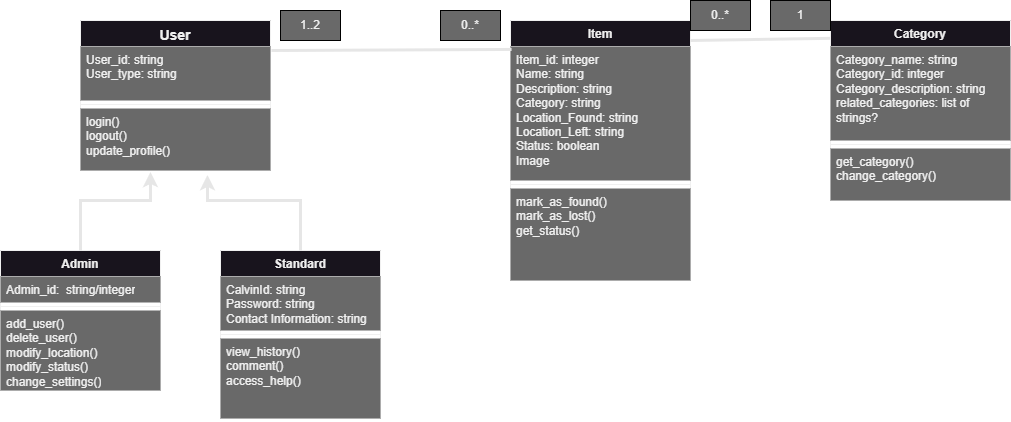
Earlier version of the draw.io export images/DomainModel.png (calvin-cs262-fall2023-teamA/project). Source tidied: cells renumbered, new cells last; positions are measured from the earlier drawing's top-left corner, leaving out a move shared by most shapes.
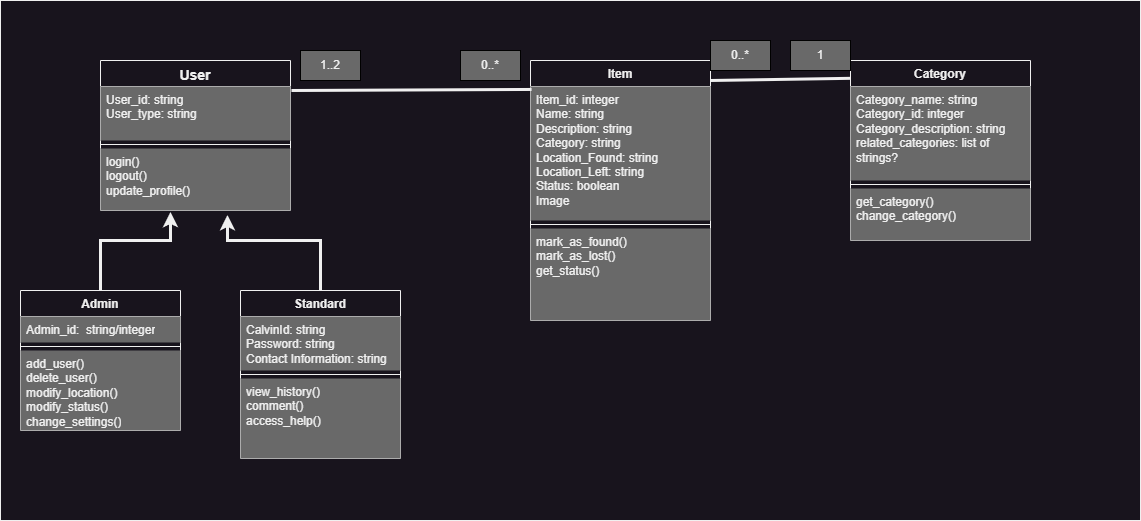
Later version of the same file.

Commit message:
domain model updates v3

The edit, as a diff of the source:
```diff
@@ -2,6 +2,9 @@
   <root>
     <mxCell id="0" />
     <mxCell id="1" parent="0" />
+    <mxCell id="30" style="rounded=0;whiteSpace=wrap;html=1;" parent="1" vertex="1">
+      <mxGeometry x="-20" y="-40" width="1140" height="520" as="geometry" />
+    </mxCell>
     <mxCell id="2" value="&lt;font style=&quot;font-size: 14px;&quot;&gt;User&lt;/font&gt;" style="swimlane;fontStyle=1;align=center;verticalAlign=top;horizontal=1;startSize=26;whiteSpace=wrap;html=1;" parent="1" vertex="1">
       <mxGeometry x="80" y="20" width="190" height="150" as="geometry" />
     </mxCell>
@@ -50,7 +53,7 @@
     <mxCell id="17" value="view_history()&lt;br&gt;comment()&lt;br&gt;access_help()" style="text;strokeColor=none;fillColor=#696969;align=left;verticalAlign=top;spacingLeft=4;spacingRight=4;overflow=hidden;whiteSpace=wrap;html=1;" parent="14" vertex="1">
       <mxGeometry y="88" width="160" height="80" as="geometry" />
     </mxCell>
-    <mxCell id="18" style="endArrow=classic;html=1;rounded=0;entryX=0.368;entryY=1.024;entryDx=0;entryDy=0;entryPerimeter=0;strokeWidth=3;strokeColor=#E6E6E6;" parent="1" edge="1" target="5">
+    <mxCell id="18" style="endArrow=classic;html=1;rounded=0;entryX=0.368;entryY=1.024;entryDx=0;entryDy=0;entryPerimeter=0;strokeWidth=3;" parent="1" edge="1" target="5">
       <mxGeometry relative="1" as="geometry">
         <mxPoint x="80" y="250" as="sourcePoint" />
         <Array as="points">
@@ -59,7 +62,7 @@
         </Array>
       </mxGeometry>
     </mxCell>
-    <mxCell id="19" style="endArrow=classic;html=1;rounded=0;entryX=0.668;entryY=1.073;entryDx=0;entryDy=0;entryPerimeter=0;strokeWidth=3;strokeColor=#E6E6E6;" parent="1" edge="1" target="5">
+    <mxCell id="19" style="endArrow=classic;html=1;rounded=0;entryX=0.668;entryY=1.073;entryDx=0;entryDy=0;entryPerimeter=0;strokeWidth=3;shadow=0;" parent="1" edge="1" target="5">
       <mxGeometry relative="1" as="geometry">
         <mxPoint x="300" y="250" as="sourcePoint" />
         <Array as="points">
@@ -80,7 +83,7 @@
     <mxCell id="23" value="get_category()&lt;br&gt;change_category()" style="text;strokeColor=none;fillColor=#696969;align=left;verticalAlign=top;spacingLeft=4;spacingRight=4;overflow=hidden;whiteSpace=wrap;html=1;" parent="20" vertex="1">
       <mxGeometry y="128" width="180" height="52" as="geometry" />
     </mxCell>
-    <mxCell id="24" style="endArrow=none;html=1;rounded=0;entryX=-0.002;entryY=0.099;entryDx=0;entryDy=0;entryPerimeter=0;strokeWidth=3;strokeColor=#E6E6E6;" parent="1" edge="1" target="20">
+    <mxCell id="24" style="endArrow=none;html=1;rounded=0;entryX=-0.002;entryY=0.099;entryDx=0;entryDy=0;entryPerimeter=0;labelBorderColor=none;shadow=0;strokeWidth=3;" parent="1" edge="1" target="20">
       <mxGeometry relative="1" as="geometry">
         <mxPoint x="690" y="40" as="sourcePoint" />
       </mxGeometry>
@@ -91,7 +94,7 @@
     <mxCell id="26" value="0..*" style="text;html=1;strokeColor=#000000;fillColor=#696969;align=center;verticalAlign=middle;whiteSpace=wrap;rounded=0;" parent="1" vertex="1">
       <mxGeometry x="690" width="60" height="30" as="geometry" />
     </mxCell>
-    <mxCell id="27" style="endArrow=none;html=1;rounded=0;entryX=0.006;entryY=0.022;entryDx=0;entryDy=0;entryPerimeter=0;exitX=1.005;exitY=0.074;exitDx=0;exitDy=0;exitPerimeter=0;strokeWidth=3;strokeColor=#E6E6E6;" parent="1" edge="1" source="3" target="7">
+    <mxCell id="27" style="endArrow=none;html=1;rounded=0;entryX=0.006;entryY=0.022;entryDx=0;entryDy=0;entryPerimeter=0;exitX=1.005;exitY=0.074;exitDx=0;exitDy=0;exitPerimeter=0;strokeWidth=3;" parent="1" edge="1" source="3" target="7">
       <mxGeometry relative="1" as="geometry" />
     </mxCell>
     <mxCell id="28" value="0..*" style="text;html=1;strokeColor=#000000;fillColor=#696969;align=center;verticalAlign=middle;whiteSpace=wrap;rounded=0;" parent="1" vertex="1">
```
